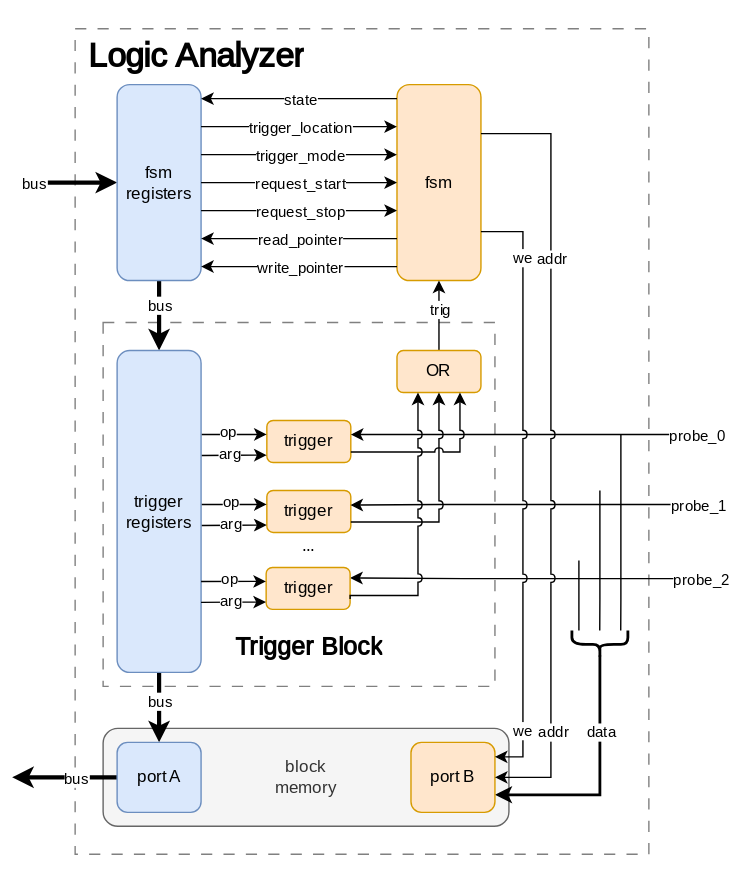
Before: doc/assets/logic_analyzer_architecture.drawio.svg, a diagram exported from draw.io (fischermoseley/manta). Source tidied: cells renumbered, new cells last; positions are measured from the earlier drawing's top-left corner, leaving out a move shared by most shapes.
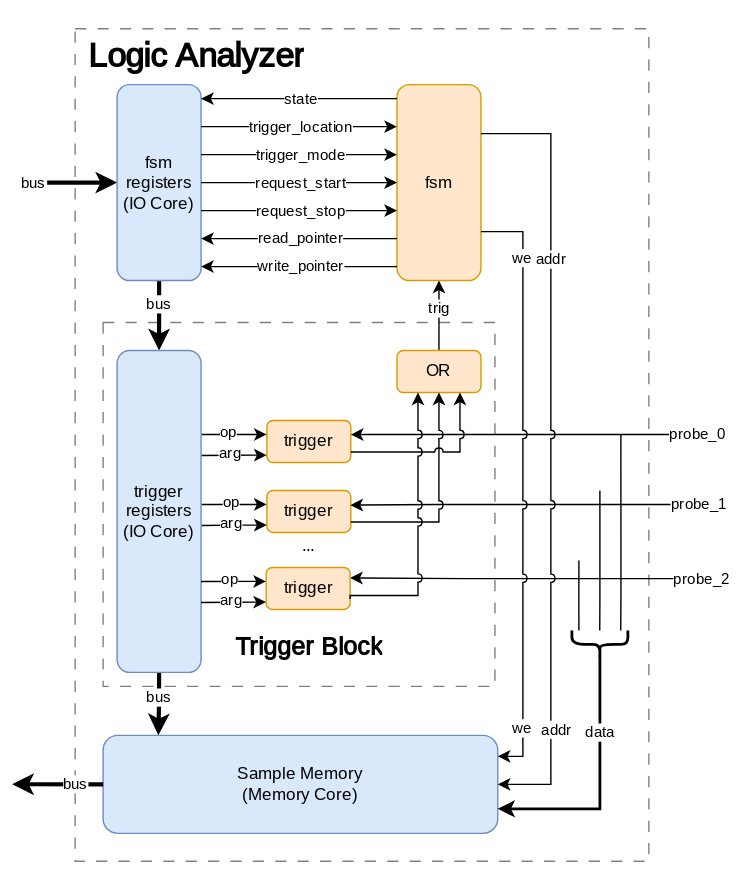
The same file after the commit.

The edit, as a diff of the source:
```diff
@@ -3,13 +3,13 @@
     <mxCell id="0" />
     <mxCell id="1" parent="0" />
     <mxCell id="2" style="rounded=0;whiteSpace=wrap;html=1;fontFamily=Roboto;fontSource=https%3A%2F%2Ffonts.googleapis.com%2Fcss%3Ffamily%3DRoboto;strokeColor=none;" parent="1" vertex="1">
-      <mxGeometry width="520" height="625" as="geometry" />
+      <mxGeometry width="520" height="635" as="geometry" />
     </mxCell>
     <mxCell id="3" style="rounded=0;whiteSpace=wrap;html=1;shadow=0;dashed=1;dashPattern=8 8;strokeColor=#808080;perimeterSpacing=0;gradientColor=none;fontFamily=Roboto;fontSource=https%3A%2F%2Ffonts.googleapis.com%2Fcss%3Ffamily%3DRoboto;" parent="1" vertex="1">
-      <mxGeometry x="48" y="20" width="410" height="590" as="geometry" />
+      <mxGeometry x="48" y="20" width="410" height="595" as="geometry" />
     </mxCell>
-    <mxCell id="4" value="block&lt;br&gt;memory" style="rounded=1;whiteSpace=wrap;html=1;fillColor=#f5f5f5;fontColor=#333333;strokeColor=#666666;fontFamily=Roboto;fontSource=https%3A%2F%2Ffonts.googleapis.com%2Fcss%3Ffamily%3DRoboto;" parent="1" vertex="1">
-      <mxGeometry x="68" y="520" width="290" height="70" as="geometry" />
+    <mxCell id="4" value="Sample Memory&lt;br&gt;(Memory Core)" style="rounded=1;whiteSpace=wrap;html=1;fillColor=#dae8fc;strokeColor=#6c8ebf;fontFamily=Roboto;fontSource=https%3A%2F%2Ffonts.googleapis.com%2Fcss%3Ffamily%3DRoboto;" parent="1" vertex="1">
+      <mxGeometry x="68" y="525" width="282" height="70" as="geometry" />
     </mxCell>
     <mxCell id="5" style="edgeStyle=orthogonalEdgeStyle;rounded=0;jettySize=auto;html=1;strokeWidth=3;endArrow=none;endFill=0;startArrow=classic;startFill=1;fontFamily=Roboto;fontSource=https%3A%2F%2Ffonts.googleapis.com%2Fcss%3Ffamily%3DRoboto;" parent="1" edge="1" source="10">
       <mxGeometry relative="1" as="geometry">
@@ -30,13 +30,13 @@
     <mxCell id="9" value="bus" style="edgeLabel;html=1;align=center;verticalAlign=middle;fontFamily=Roboto;fontSource=https%3A%2F%2Ffonts.googleapis.com%2Fcss%3Ffamily%3DRoboto;" parent="8" vertex="1">
       <mxGeometry x="-0.33" relative="1" as="geometry" />
     </mxCell>
-    <mxCell id="10" value="fsm&lt;br&gt;registers" style="rounded=1;whiteSpace=wrap;html=1;fillColor=#dae8fc;strokeColor=#6c8ebf;fontFamily=Roboto;fontSource=https%3A%2F%2Ffonts.googleapis.com%2Fcss%3Ffamily%3DRoboto;" parent="1" vertex="1">
+    <mxCell id="10" value="fsm&lt;br&gt;registers&lt;br&gt;(IO Core)" style="rounded=1;whiteSpace=wrap;html=1;fillColor=#dae8fc;strokeColor=#6c8ebf;fontFamily=Roboto;fontSource=https%3A%2F%2Ffonts.googleapis.com%2Fcss%3Ffamily%3DRoboto;" parent="1" vertex="1">
       <mxGeometry x="78" y="60" width="60" height="140" as="geometry" />
     </mxCell>
     <mxCell id="11" value="fsm" style="rounded=1;whiteSpace=wrap;html=1;fillColor=#ffe6cc;strokeColor=#d79b00;fontFamily=Roboto;fontSource=https%3A%2F%2Ffonts.googleapis.com%2Fcss%3Ffamily%3DRoboto;" parent="1" vertex="1">
       <mxGeometry x="278" y="60" width="60" height="140" as="geometry" />
     </mxCell>
-    <mxCell id="12" style="edgeStyle=orthogonalEdgeStyle;rounded=0;jettySize=auto;html=1;exitX=0.5;exitY=1;exitDx=0;exitDy=0;entryX=0.5;entryY=0;entryDx=0;entryDy=0;strokeWidth=3;fontFamily=Roboto;fontSource=https%3A%2F%2Ffonts.googleapis.com%2Fcss%3Ffamily%3DRoboto;" parent="1" edge="1" source="14" target="42">
+    <mxCell id="12" style="edgeStyle=orthogonalEdgeStyle;rounded=0;jettySize=auto;html=1;exitX=0.5;exitY=1;exitDx=0;exitDy=0;entryX=0.14;entryY=-0.001;entryDx=0;entryDy=0;strokeWidth=3;fontFamily=Roboto;fontSource=https%3A%2F%2Ffonts.googleapis.com%2Fcss%3Ffamily%3DRoboto;entryPerimeter=0;" parent="1" edge="1" source="14" target="4">
       <mxGeometry relative="1" as="geometry" />
     </mxCell>
     <mxCell id="13" value="bus" style="edgeLabel;html=1;align=center;verticalAlign=middle;fontFamily=Roboto;fontSource=https%3A%2F%2Ffonts.googleapis.com%2Fcss%3Ffamily%3DRoboto;" parent="12" vertex="1">
@@ -44,7 +44,7 @@
         <mxPoint y="3" as="offset" />
       </mxGeometry>
     </mxCell>
-    <mxCell id="14" value="trigger registers" style="rounded=1;whiteSpace=wrap;html=1;fillColor=#dae8fc;strokeColor=#6c8ebf;fontFamily=Roboto;fontSource=https%3A%2F%2Ffonts.googleapis.com%2Fcss%3Ffamily%3DRoboto;" parent="1" vertex="1">
+    <mxCell id="14" value="trigger registers&lt;br&gt;(IO Core)" style="rounded=1;whiteSpace=wrap;html=1;fillColor=#dae8fc;strokeColor=#6c8ebf;fontFamily=Roboto;fontSource=https%3A%2F%2Ffonts.googleapis.com%2Fcss%3Ffamily%3DRoboto;" parent="1" vertex="1">
       <mxGeometry x="78" y="250" width="60" height="230" as="geometry" />
     </mxCell>
     <mxCell id="15" value="trigger" style="rounded=1;whiteSpace=wrap;html=1;fillColor=#ffe6cc;strokeColor=#d79b00;fontFamily=Roboto;fontSource=https%3A%2F%2Ffonts.googleapis.com%2Fcss%3Ffamily%3DRoboto;" parent="1" vertex="1">
@@ -173,30 +173,25 @@
     <mxCell id="39" value="..." style="text;html=1;strokeColor=none;fillColor=none;align=center;verticalAlign=middle;whiteSpace=wrap;rounded=0;fontFamily=Roboto;fontSource=https%3A%2F%2Ffonts.googleapis.com%2Fcss%3Ffamily%3DRoboto;" parent="1" vertex="1">
       <mxGeometry x="185" y="385" width="60" height="10" as="geometry" />
     </mxCell>
-    <mxCell id="40" style="edgeStyle=orthogonalEdgeStyle;rounded=0;jettySize=auto;html=1;exitX=0;exitY=0.5;exitDx=0;exitDy=0;strokeWidth=3;fontFamily=Roboto;fontSource=https%3A%2F%2Ffonts.googleapis.com%2Fcss%3Ffamily%3DRoboto;" parent="1" edge="1" source="42">
+    <mxCell id="40" style="edgeStyle=orthogonalEdgeStyle;rounded=0;jettySize=auto;html=1;strokeWidth=3;fontFamily=Roboto;fontSource=https%3A%2F%2Ffonts.googleapis.com%2Fcss%3Ffamily%3DRoboto;exitX=0;exitY=0.5;exitDx=0;exitDy=0;" parent="1" edge="1" source="4">
       <mxGeometry relative="1" as="geometry">
-        <mxPoint x="3" y="555" as="targetPoint" />
+        <mxPoint x="3" y="559.9" as="targetPoint" />
+        <Array as="points">
+          <mxPoint x="3" y="560" />
+        </Array>
       </mxGeometry>
     </mxCell>
     <mxCell id="41" value="&amp;nbsp;bus&amp;nbsp;" style="edgeLabel;html=1;align=center;verticalAlign=middle;fontFamily=Roboto;fontSource=https%3A%2F%2Ffonts.googleapis.com%2Fcss%3Ffamily%3DRoboto;" parent="40" vertex="1">
       <mxGeometry x="0.15" y="-1" relative="1" as="geometry">
-        <mxPoint x="13" y="1" as="offset" />
+        <mxPoint x="17" y="1" as="offset" />
       </mxGeometry>
     </mxCell>
-    <mxCell id="42" value="port A" style="rounded=1;whiteSpace=wrap;html=1;fillColor=#dae8fc;strokeColor=#6c8ebf;fontFamily=Roboto;fontSource=https%3A%2F%2Ffonts.googleapis.com%2Fcss%3Ffamily%3DRoboto;" parent="1" vertex="1">
-      <mxGeometry x="78" y="530" width="60" height="50" as="geometry" />
-    </mxCell>
-    <mxCell id="43" style="edgeStyle=orthogonalEdgeStyle;rounded=0;jettySize=auto;html=1;exitX=1;exitY=0.75;exitDx=0;exitDy=0;entryX=0.1;entryY=0.5;entryDx=0;entryDy=0;entryPerimeter=0;strokeWidth=2;endArrow=none;endFill=0;startArrow=classic;startFill=1;fontFamily=Roboto;fontSource=https%3A%2F%2Ffonts.googleapis.com%2Fcss%3Ffamily%3DRoboto;" parent="1" edge="1" source="45" target="50">
+    <mxCell id="43" style="edgeStyle=orthogonalEdgeStyle;rounded=0;jettySize=auto;html=1;exitX=1;exitY=0.75;exitDx=0;exitDy=0;entryX=0.1;entryY=0.5;entryDx=0;entryDy=0;entryPerimeter=0;strokeWidth=2;endArrow=none;endFill=0;startArrow=classic;startFill=1;fontFamily=Roboto;fontSource=https%3A%2F%2Ffonts.googleapis.com%2Fcss%3Ffamily%3DRoboto;" parent="1" edge="1" source="4" target="50">
       <mxGeometry x="-0.4" relative="1" as="geometry" />
     </mxCell>
     <mxCell id="44" value="data" style="edgeLabel;html=1;align=center;verticalAlign=middle;fontFamily=Roboto;fontSource=https%3A%2F%2Ffonts.googleapis.com%2Fcss%3Ffamily%3DRoboto;" parent="43" vertex="1">
-      <mxGeometry x="0.4" relative="1" as="geometry">
-        <mxPoint y="2" as="offset" />
-      </mxGeometry>
+      <mxGeometry x="0.4" relative="1" as="geometry" />
     </mxCell>
-    <mxCell id="45" value="port B" style="rounded=1;whiteSpace=wrap;html=1;fillColor=#ffe6cc;strokeColor=#d79b00;fontFamily=Roboto;fontSource=https%3A%2F%2Ffonts.googleapis.com%2Fcss%3Ffamily%3DRoboto;" parent="1" vertex="1">
-      <mxGeometry x="288" y="530" width="60" height="50" as="geometry" />
-    </mxCell>
     <mxCell id="46" value="&lt;h1&gt;&lt;font style=&quot;font-size: 18px;&quot;&gt;Trigger Block&lt;/font&gt;&lt;/h1&gt;" style="text;html=1;strokeColor=none;fillColor=none;spacing=5;spacingTop=-20;whiteSpace=wrap;overflow=hidden;rounded=0;fontFamily=Roboto;fontSource=https%3A%2F%2Ffonts.googleapis.com%2Fcss%3Ffamily%3DRoboto;" parent="1" vertex="1">
       <mxGeometry x="158" y="440" width="130" height="40" as="geometry" />
     </mxCell>
@@ -320,8 +315,9 @@
         <mxPoint x="-2" y="-2" as="offset" />
       </mxGeometry>
     </mxCell>
-    <mxCell id="68" style="edgeStyle=orthogonalEdgeStyle;rounded=0;jettySize=auto;html=1;entryX=1;entryY=0.75;entryDx=0;entryDy=0;exitX=0.999;exitY=0.207;exitDx=0;exitDy=0;startArrow=classic;startFill=1;endArrow=none;endFill=0;exitPerimeter=0;jumpStyle=arc;fontFamily=Roboto;fontSource=https%3A%2F%2Ffonts.googleapis.com%2Fcss%3Ffamily%3DRoboto;" parent="1" edge="1" source="45" target="11">
+    <mxCell id="68" style="edgeStyle=orthogonalEdgeStyle;rounded=0;jettySize=auto;html=1;entryX=1;entryY=0.75;entryDx=0;entryDy=0;startArrow=classic;startFill=1;endArrow=none;endFill=0;jumpStyle=arc;fontFamily=Roboto;fontSource=https%3A%2F%2Ffonts.googleapis.com%2Fcss%3Ffamily%3DRoboto;" parent="1" edge="1" target="11">
       <mxGeometry relative="1" as="geometry">
+        <mxPoint x="350" y="540" as="sourcePoint" />
         <Array as="points">
           <mxPoint x="368" y="540" />
           <mxPoint x="368" y="165" />
@@ -336,17 +332,17 @@
     <mxCell id="70" value="we" style="edgeLabel;html=1;align=center;verticalAlign=middle;fontFamily=Roboto;fontSource=https%3A%2F%2Ffonts.googleapis.com%2Fcss%3Ffamily%3DRoboto;" parent="68" vertex="1">
       <mxGeometry x="0.77" y="1" relative="1" as="geometry" />
     </mxCell>
-    <mxCell id="71" style="edgeStyle=orthogonalEdgeStyle;rounded=0;jettySize=auto;html=1;entryX=1;entryY=0.25;entryDx=0;entryDy=0;endArrow=none;endFill=0;startArrow=classic;startFill=1;exitX=1;exitY=0.5;exitDx=0;exitDy=0;jumpStyle=arc;fontFamily=Roboto;fontSource=https%3A%2F%2Ffonts.googleapis.com%2Fcss%3Ffamily%3DRoboto;" parent="1" edge="1" source="45" target="11">
+    <mxCell id="71" style="edgeStyle=orthogonalEdgeStyle;rounded=0;jettySize=auto;html=1;entryX=1;entryY=0.25;entryDx=0;entryDy=0;endArrow=none;endFill=0;startArrow=classic;startFill=1;jumpStyle=arc;fontFamily=Roboto;fontSource=https%3A%2F%2Ffonts.googleapis.com%2Fcss%3Ffamily%3DRoboto;exitX=1;exitY=0.5;exitDx=0;exitDy=0;" parent="1" edge="1" source="4" target="11">
       <mxGeometry relative="1" as="geometry">
         <Array as="points">
-          <mxPoint x="388" y="555" />
+          <mxPoint x="388" y="560" />
           <mxPoint x="388" y="95" />
         </Array>
       </mxGeometry>
     </mxCell>
     <mxCell id="72" value="addr" style="edgeLabel;html=1;align=center;verticalAlign=middle;fontFamily=Roboto;fontSource=https%3A%2F%2Ffonts.googleapis.com%2Fcss%3Ffamily%3DRoboto;" parent="71" vertex="1">
       <mxGeometry x="-0.9" relative="1" as="geometry">
-        <mxPoint x="14" y="-33" as="offset" />
+        <mxPoint x="14" y="-39" as="offset" />
       </mxGeometry>
     </mxCell>
     <mxCell id="73" value="addr" style="edgeLabel;html=1;align=center;verticalAlign=middle;fontFamily=Roboto;fontSource=https%3A%2F%2Ffonts.googleapis.com%2Fcss%3Ffamily%3DRoboto;" parent="71" vertex="1">
```
